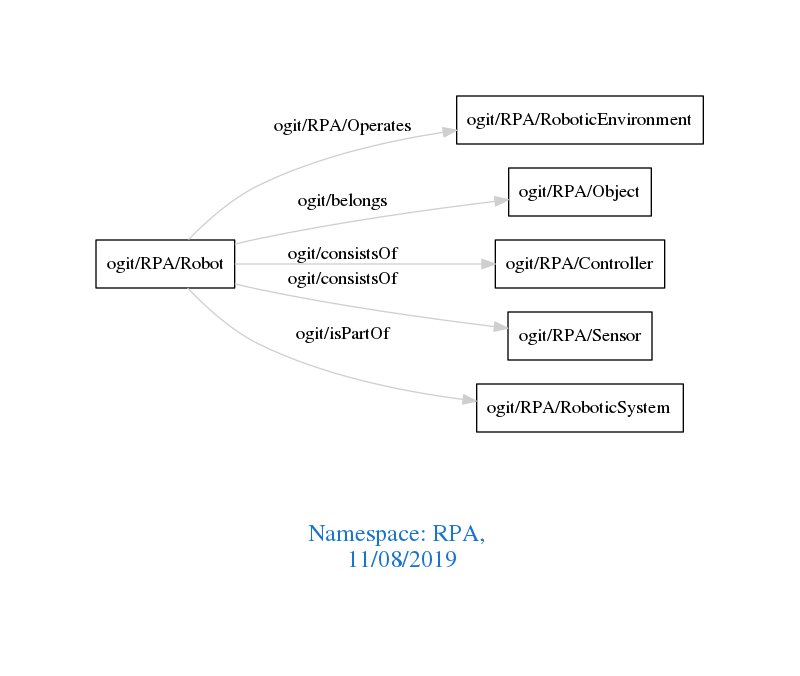
Before: downloads/RPA.png, a diagram exported from Graphviz (arago/OGIT). Its source is kept beside it as downloads/RPA.dot.
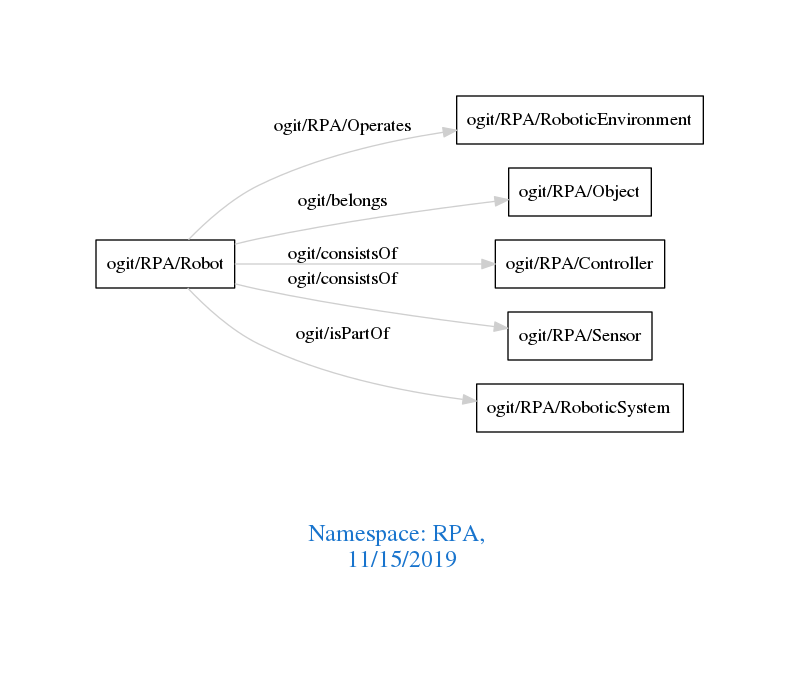
Later version of the same file.

Change to the diagram source:
```diff
@@ -1,7 +1,7 @@
 digraph OGIT_ontology {
  graph [ rankdir= LR,pad=1
 fontsize = 18,
-fontcolor= dodgerblue3,label = "\n\n\nNamespace: RPA, \n 11/08/2019"];
+fontcolor= dodgerblue3,label = "\n\n\nNamespace: RPA, \n 11/15/2019"];
 node[shape=polygon];
 edge [  color="gray81"];
 
```
